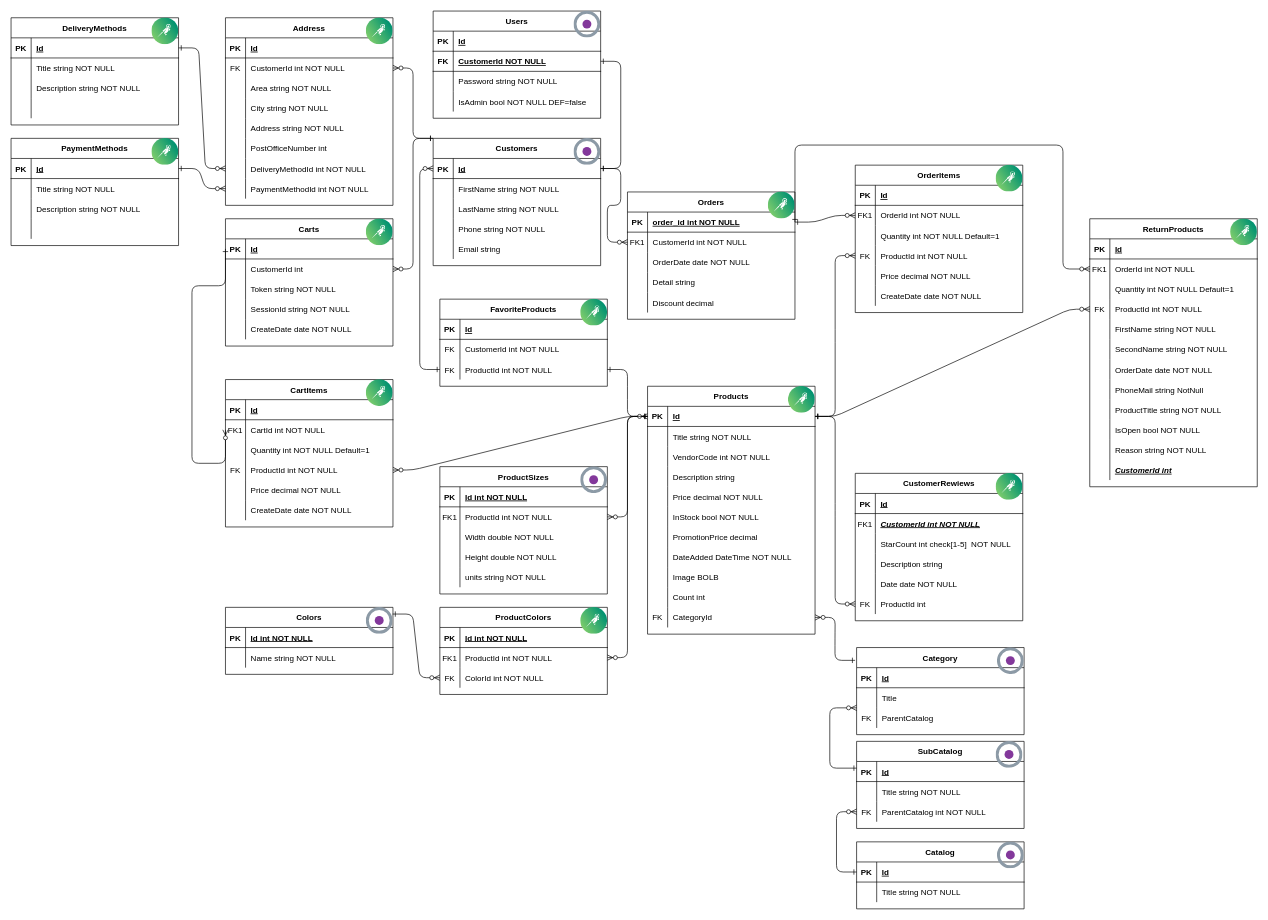
maxpe3447/OpencartShop keeps this draw.io diagram as OpencartShop/Domain/DataBaseStruct.drawio. Above is the earlier version. Source tidied: cells renumbered, new cells numbered last; positions are measured from the earlier drawing's top-left corner, leaving out a move shared by most shapes. Both pictures are drawn from the tidied source at 67%, with x=0, y=0 at pixel (11, 11).
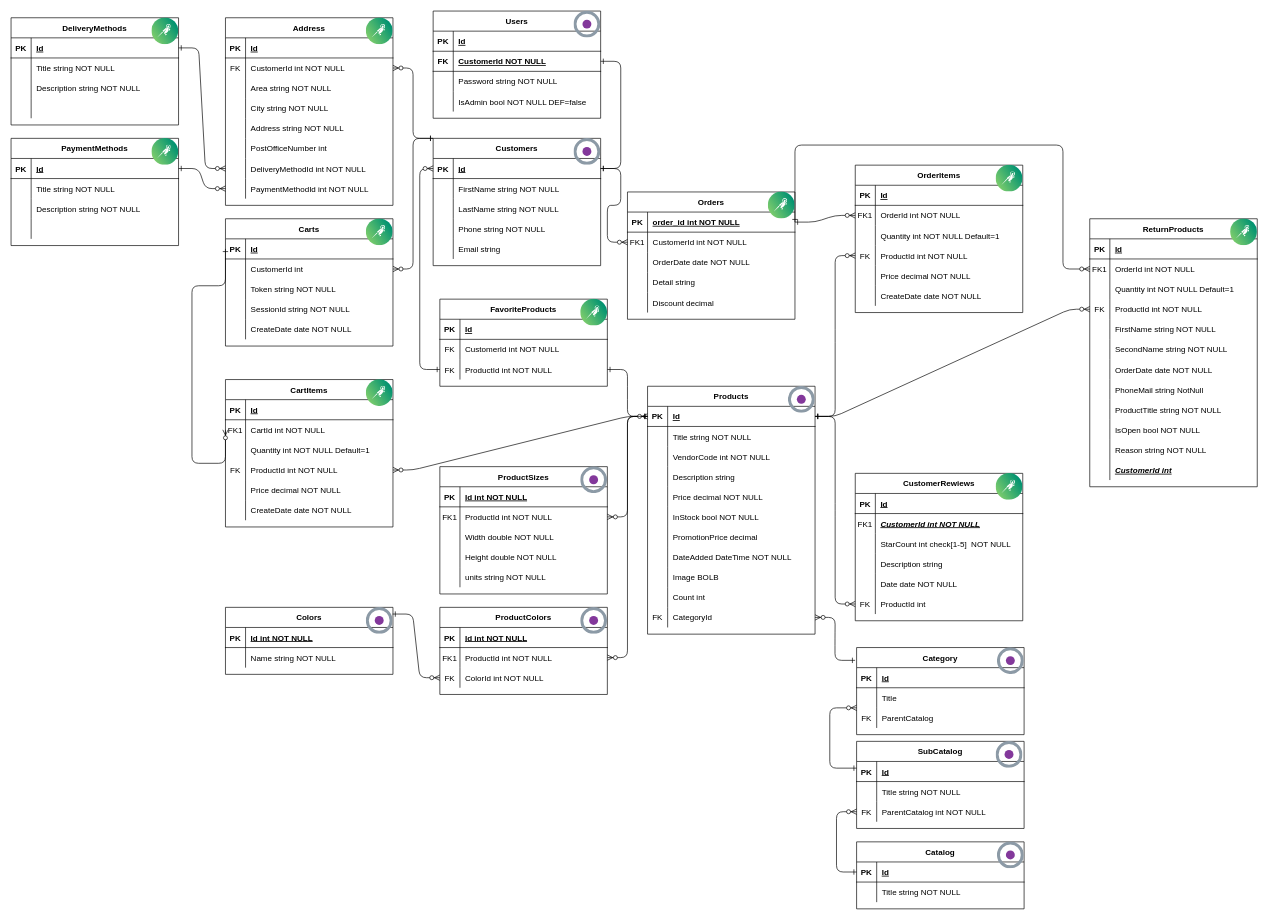
The same diagram, later.

The edit, as a diff of the source:
```diff
@@
-    <mxCell id="333" style="image;perimeter=ellipsePerimeter;html=1;align=center;fontSize=12;verticalAlign=top;fontColor=#364149;shadow=0;dashed=0;image=img/lib/cumulus/cumulus_linux_icon.svg;" parent="1" vertex="1">
-      <mxGeometry x="1160" y="560" width="40" height="40" as="geometry" />
-    </mxCell>
-    <mxCell id="334" style="image;perimeter=ellipsePerimeter;html=1;align=center;fontSize=12;verticalAlign=top;fontColor=#364149;shadow=0;dashed=0;image=img/lib/cumulus/cumulus_linux_icon.svg;" parent="1" vertex="1">
-      <mxGeometry x="850" y="890" width="40" height="40" as="geometry" />
-    </mxCell>
@@
+    <mxCell id="352" style="image;perimeter=ellipsePerimeter;html=1;align=center;fontSize=12;verticalAlign=top;fontColor=#364149;shadow=0;dashed=0;image=img/lib/cumulus/netq_agent.svg;" parent="1" vertex="1">
+      <mxGeometry x="850" y="890" width="40" height="40" as="geometry" />
+    </mxCell>
+    <mxCell id="353" style="image;perimeter=ellipsePerimeter;html=1;align=center;fontSize=12;verticalAlign=top;fontColor=#364149;shadow=0;dashed=0;image=img/lib/cumulus/netq_agent.svg;" parent="1" vertex="1">
+      <mxGeometry x="1160" y="560" width="40" height="40" as="geometry" />
+    </mxCell>
```
